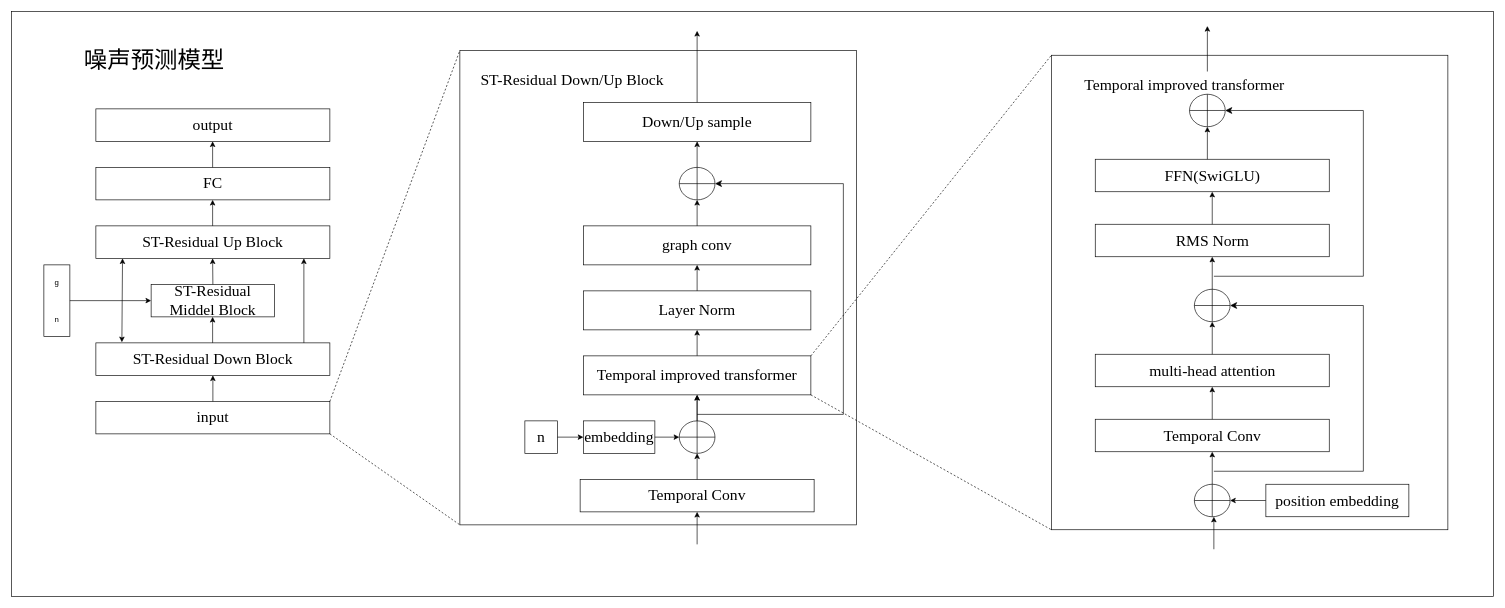
The draw.io diagram 笔记（word版本）/未命名绘图.drawio in 123456789bhf/Basics, before the edit. Source tidied: cells renumbered, new cells numbered last; positions are measured from the earlier drawing's top-left corner, leaving out a move shared by most shapes. Both pictures are drawn from the tidied source at 65%, with x=0, y=0 at pixel (11, 11).
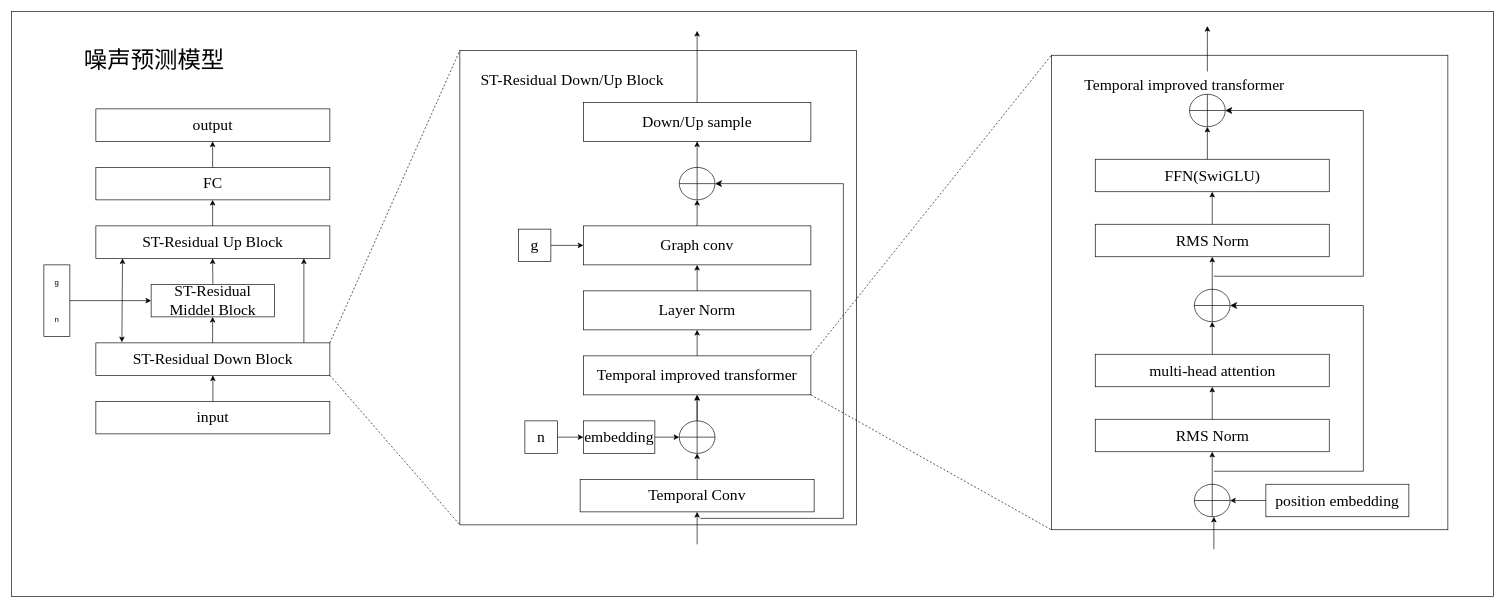
Above is the later version.

Commit message:
更新未命名绘图.drawio

The change refers to these unchanged cells:
```xml
<mxCell id="4" style="rounded=0;whiteSpace=wrap;html=1;" parent="1" vertex="1">
  <mxGeometry x="690" y="60" width="610" height="730" as="geometry" />
</mxCell>
<mxCell id="5" value="&lt;font face=&quot;Times New Roman&quot; style=&quot;font-size: 24px;&quot;&gt;input&lt;/font&gt;" style="rounded=0;whiteSpace=wrap;html=1;labelBackgroundColor=none;" parent="1" vertex="1">
  <mxGeometry x="130" y="600" width="360" height="50" as="geometry" />
</mxCell>
<mxCell id="8" value="&lt;font face=&quot;Times New Roman&quot;&gt;&lt;span style=&quot;font-size: 24px;&quot;&gt;ST-Residual Down Block&lt;/span&gt;&lt;/font&gt;" style="rounded=0;whiteSpace=wrap;html=1;labelBackgroundColor=none;" parent="1" vertex="1">
  <mxGeometry x="130" y="510" width="360" height="50" as="geometry" />
</mxCell>
<mxCell id="37" style="shape=orEllipse;perimeter=ellipsePerimeter;whiteSpace=wrap;html=1;backgroundOutline=1;" parent="1" vertex="1">
  <mxGeometry x="1027.5" y="240" width="55" height="50" as="geometry" />
</mxCell>
```

The edit, as a diff of the source:
```diff
@@
-    <mxCell id="35" value="&lt;font face=&quot;Times New Roman&quot;&gt;&lt;span style=&quot;font-size: 24px;&quot;&gt;graph conv&lt;/span&gt;&lt;/font&gt;" style="rounded=0;whiteSpace=wrap;html=1;labelBackgroundColor=none;" parent="1" vertex="1">
+    <mxCell id="35" value="&lt;font face=&quot;Times New Roman&quot;&gt;&lt;span style=&quot;font-size: 24px;&quot;&gt;Graph conv&lt;/span&gt;&lt;/font&gt;" style="rounded=0;whiteSpace=wrap;html=1;labelBackgroundColor=none;" parent="1" vertex="1">
       <mxGeometry x="880" y="330" width="350" height="60" as="geometry" />
     </mxCell>
@@
-    <mxCell id="42" style="endArrow=none;dashed=1;html=1;rounded=0;exitX=1;exitY=0;exitDx=0;exitDy=0;entryX=0;entryY=0;entryDx=0;entryDy=0;" parent="1" edge="1" source="5" target="4">
+    <mxCell id="42" style="endArrow=none;dashed=1;html=1;rounded=0;exitX=1;exitY=0;exitDx=0;exitDy=0;entryX=0;entryY=0;entryDx=0;entryDy=0;" parent="1" edge="1" source="8" target="4">
       <mxGeometry relative="1" as="geometry" />
     </mxCell>
-    <mxCell id="43" style="endArrow=none;dashed=1;html=1;rounded=0;exitX=1;exitY=1;exitDx=0;exitDy=0;entryX=0;entryY=1;entryDx=0;entryDy=0;" parent="1" edge="1" source="5" target="4">
+    <mxCell id="43" style="endArrow=none;dashed=1;html=1;rounded=0;exitX=1;exitY=1;exitDx=0;exitDy=0;entryX=0;entryY=1;entryDx=0;entryDy=0;" parent="1" edge="1" source="8" target="4">
       <mxGeometry relative="1" as="geometry" />
     </mxCell>
@@
-    <mxCell id="51" value="&lt;font face=&quot;Times New Roman&quot;&gt;&lt;span style=&quot;font-size: 24px;&quot;&gt;Temporal Conv&lt;/span&gt;&lt;/font&gt;" style="rounded=0;whiteSpace=wrap;html=1;labelBackgroundColor=none;" parent="1" vertex="1">
+    <mxCell id="51" value="&lt;font face=&quot;Times New Roman&quot;&gt;&lt;span style=&quot;font-size: 24px;&quot;&gt;RMS Norm&lt;/span&gt;&lt;/font&gt;" style="rounded=0;whiteSpace=wrap;html=1;labelBackgroundColor=none;" parent="1" vertex="1">
       <mxGeometry x="1667.5" y="627.5" width="360" height="50" as="geometry" />
     </mxCell>
@@
     <mxCell id="64" style="edgeStyle=elbowEdgeStyle;elbow=horizontal;endArrow=classic;html=1;curved=0;rounded=0;endSize=8;startSize=8;entryX=1;entryY=0.5;entryDx=0;entryDy=0;" parent="1" edge="1" target="37">
       <mxGeometry relative="1" as="geometry">
-        <mxPoint x="1055" y="620" as="sourcePoint" />
+        <mxPoint x="1060" y="780" as="sourcePoint" />
         <Array as="points">
           <mxPoint x="1280" y="420" />
         </Array>
       </mxGeometry>
     </mxCell>
@@
+    <mxCell id="84" style="edgeStyle=orthogonalEdgeStyle;rounded=0;jettySize=auto;html=1;" parent="1" edge="1" source="85" target="35">
+      <mxGeometry relative="1" as="geometry" />
+    </mxCell>
+    <mxCell id="85" value="&lt;font face=&quot;Times New Roman&quot;&gt;&lt;span style=&quot;font-size: 24px;&quot;&gt;g&lt;/span&gt;&lt;/font&gt;" style="rounded=0;whiteSpace=wrap;html=1;labelBackgroundColor=none;" parent="1" vertex="1">
+      <mxGeometry x="780" y="335" width="50" height="50" as="geometry" />
+    </mxCell>
```
